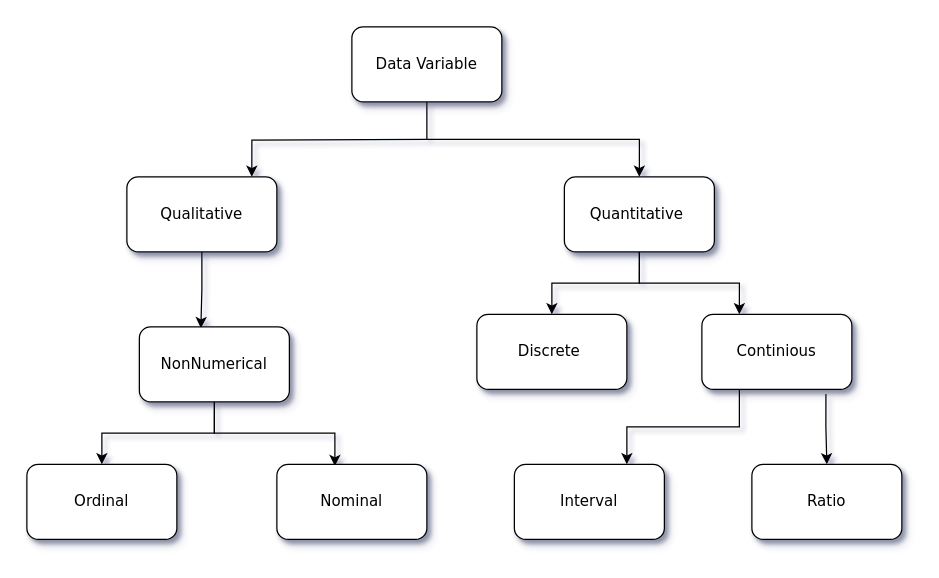
Before: Data Variable Diagram.drawio in HarshKapr/Hackathon, a draw.io diagram. Source tidied: cells renumbered, new cells numbered last; positions are measured from the earlier drawing's top-left corner, leaving out a move shared by most shapes. Both pictures are drawn from the tidied source at 125%, with x=0, y=0 at pixel (26, 26).
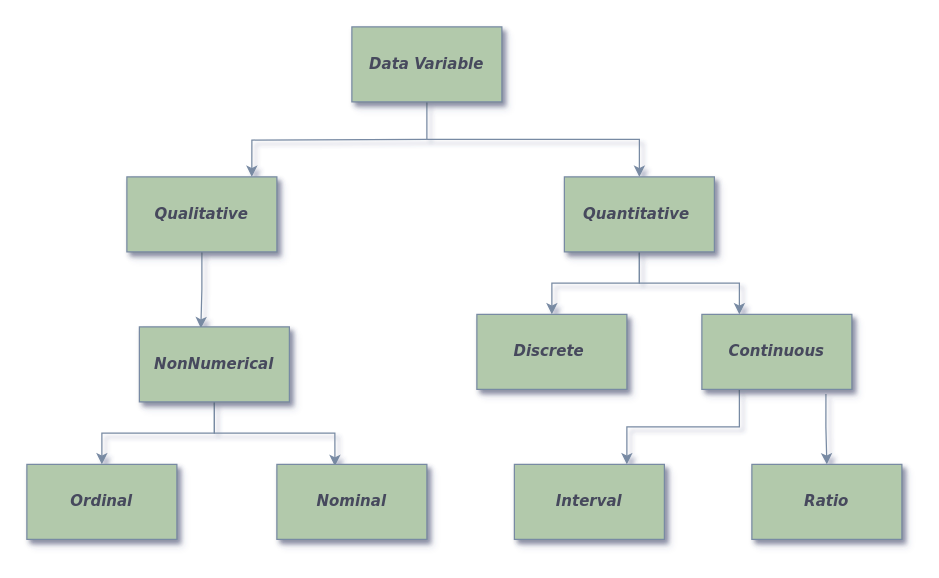
The same page after the edit.

The edit, as a diff of the source:
```diff
@@
-<mxGraphModel background="#ffffff" shadow="1">
+<mxGraphModel shadow="1">
@@
-    <mxCell id="2" style="edgeStyle=orthogonalEdgeStyle;rounded=0;jettySize=auto;html=1;entryX=0.833;entryY=0;entryDx=0;entryDy=0;entryPerimeter=0;" parent="1" edge="1" target="6">
+    <mxCell id="2" style="edgeStyle=orthogonalEdgeStyle;rounded=0;jettySize=auto;html=1;entryX=0.833;entryY=0;entryDx=0;entryDy=0;entryPerimeter=0;strokeColor=#788AA3;fontColor=#46495D;" parent="1" edge="1" target="6">
       <mxGeometry relative="1" as="geometry">
         <mxPoint x="320" y="90" as="sourcePoint" />
       </mxGeometry>
     </mxCell>
-    <mxCell id="3" style="edgeStyle=orthogonalEdgeStyle;rounded=0;jettySize=auto;html=1;exitX=0.5;exitY=1;exitDx=0;exitDy=0;" parent="1" edge="1" source="4" target="9">
+    <mxCell id="3" style="edgeStyle=orthogonalEdgeStyle;rounded=0;jettySize=auto;html=1;exitX=0.5;exitY=1;exitDx=0;exitDy=0;strokeColor=#788AA3;fontColor=#46495D;" parent="1" edge="1" source="4" target="9">
       <mxGeometry relative="1" as="geometry" />
     </mxCell>
-    <mxCell id="4" value="Data Variable" style="whiteSpace=wrap;html=1;rounded=1;shadow=1;labelBackgroundColor=none;strokeWidth=1;fontFamily=Verdana;fontSize=12;align=center;" parent="1" vertex="1">
+    <mxCell id="4" value="&lt;b&gt;&lt;i&gt;Data Variable&lt;/i&gt;&lt;/b&gt;" style="whiteSpace=wrap;html=1;rounded=0;shadow=1;labelBackgroundColor=none;strokeWidth=1;fontFamily=Verdana;fontSize=12;align=center;fillColor=#B2C9AB;strokeColor=#788AA3;fontColor=#46495D;" parent="1" vertex="1">
       <mxGeometry x="260" width="120" height="60" as="geometry" />
     </mxCell>
-    <mxCell id="5" style="edgeStyle=orthogonalEdgeStyle;rounded=0;jettySize=auto;html=1;entryX=0.41;entryY=0.017;entryDx=0;entryDy=0;entryPerimeter=0;" parent="1" edge="1" source="6" target="12">
+    <mxCell id="5" style="edgeStyle=orthogonalEdgeStyle;rounded=0;jettySize=auto;html=1;entryX=0.41;entryY=0.017;entryDx=0;entryDy=0;entryPerimeter=0;strokeColor=#788AA3;fontColor=#46495D;" parent="1" edge="1" source="6" target="12">
       <mxGeometry relative="1" as="geometry" />
     </mxCell>
-    <mxCell id="6" value="&lt;span&gt;Qualitative&lt;/span&gt;" style="whiteSpace=wrap;html=1;rounded=1;shadow=1;labelBackgroundColor=none;strokeWidth=1;fontFamily=Verdana;fontSize=12;align=center;" parent="1" vertex="1">
+    <mxCell id="6" value="&lt;span&gt;&lt;b&gt;&lt;i&gt;Qualitative&lt;/i&gt;&lt;/b&gt;&lt;/span&gt;" style="whiteSpace=wrap;html=1;rounded=0;shadow=1;labelBackgroundColor=none;strokeWidth=1;fontFamily=Verdana;fontSize=12;align=center;fillColor=#B2C9AB;strokeColor=#788AA3;fontColor=#46495D;" parent="1" vertex="1">
       <mxGeometry x="80" y="120" width="120" height="60" as="geometry" />
     </mxCell>
-    <mxCell id="7" style="edgeStyle=orthogonalEdgeStyle;rounded=0;jettySize=auto;html=1;" parent="1" edge="1" source="9" target="13">
+    <mxCell id="7" style="edgeStyle=orthogonalEdgeStyle;rounded=0;jettySize=auto;html=1;strokeColor=#788AA3;fontColor=#46495D;" parent="1" edge="1" source="9" target="13">
       <mxGeometry relative="1" as="geometry" />
     </mxCell>
-    <mxCell id="8" style="edgeStyle=orthogonalEdgeStyle;rounded=0;jettySize=auto;html=1;entryX=0.25;entryY=0;entryDx=0;entryDy=0;" parent="1" edge="1" source="9" target="16">
+    <mxCell id="8" style="edgeStyle=orthogonalEdgeStyle;rounded=0;jettySize=auto;html=1;entryX=0.25;entryY=0;entryDx=0;entryDy=0;strokeColor=#788AA3;fontColor=#46495D;" parent="1" edge="1" source="9" target="16">
       <mxGeometry relative="1" as="geometry" />
     </mxCell>
-    <mxCell id="9" value="&lt;span&gt;Quantitative&amp;nbsp;&lt;/span&gt;" style="whiteSpace=wrap;html=1;rounded=1;shadow=1;labelBackgroundColor=none;strokeWidth=1;fontFamily=Verdana;fontSize=12;align=center;" parent="1" vertex="1">
+    <mxCell id="9" value="&lt;span&gt;&lt;b&gt;&lt;i&gt;Quantitative&amp;nbsp;&lt;/i&gt;&lt;/b&gt;&lt;/span&gt;" style="whiteSpace=wrap;html=1;rounded=0;shadow=1;labelBackgroundColor=none;strokeWidth=1;fontFamily=Verdana;fontSize=12;align=center;fillColor=#B2C9AB;strokeColor=#788AA3;fontColor=#46495D;" parent="1" vertex="1">
       <mxGeometry x="430" y="120" width="120" height="60" as="geometry" />
     </mxCell>
-    <mxCell id="10" style="edgeStyle=orthogonalEdgeStyle;rounded=0;jettySize=auto;html=1;" parent="1" edge="1" source="12" target="19">
+    <mxCell id="10" style="edgeStyle=orthogonalEdgeStyle;rounded=0;jettySize=auto;html=1;strokeColor=#788AA3;fontColor=#46495D;" parent="1" edge="1" source="12" target="19">
       <mxGeometry relative="1" as="geometry" />
     </mxCell>
-    <mxCell id="11" style="edgeStyle=orthogonalEdgeStyle;rounded=0;jettySize=auto;html=1;entryX=0.387;entryY=0.023;entryDx=0;entryDy=0;entryPerimeter=0;" parent="1" edge="1" source="12" target="20">
+    <mxCell id="11" style="edgeStyle=orthogonalEdgeStyle;rounded=0;jettySize=auto;html=1;entryX=0.387;entryY=0.023;entryDx=0;entryDy=0;entryPerimeter=0;strokeColor=#788AA3;fontColor=#46495D;" parent="1" edge="1" source="12" target="20">
       <mxGeometry relative="1" as="geometry" />
     </mxCell>
-    <mxCell id="12" value="&lt;span&gt;NonNumerical&lt;/span&gt;" style="whiteSpace=wrap;html=1;rounded=1;shadow=1;labelBackgroundColor=none;strokeWidth=1;fontFamily=Verdana;fontSize=12;align=center;" parent="1" vertex="1">
+    <mxCell id="12" value="&lt;span&gt;&lt;b&gt;&lt;i&gt;NonNumerical&lt;/i&gt;&lt;/b&gt;&lt;/span&gt;" style="whiteSpace=wrap;html=1;rounded=0;shadow=1;labelBackgroundColor=none;strokeWidth=1;fontFamily=Verdana;fontSize=12;align=center;fillColor=#B2C9AB;strokeColor=#788AA3;fontColor=#46495D;" parent="1" vertex="1">
       <mxGeometry x="90" y="240" width="120" height="60" as="geometry" />
     </mxCell>
-    <mxCell id="13" value="&lt;span&gt;Discrete&amp;nbsp;&lt;/span&gt;" style="whiteSpace=wrap;html=1;rounded=1;shadow=1;labelBackgroundColor=none;strokeWidth=1;fontFamily=Verdana;fontSize=12;align=center;" parent="1" vertex="1">
+    <mxCell id="13" value="&lt;span&gt;&lt;b&gt;&lt;i&gt;Discrete&amp;nbsp;&lt;/i&gt;&lt;/b&gt;&lt;/span&gt;" style="whiteSpace=wrap;html=1;rounded=0;shadow=1;labelBackgroundColor=none;strokeWidth=1;fontFamily=Verdana;fontSize=12;align=center;fillColor=#B2C9AB;strokeColor=#788AA3;fontColor=#46495D;" parent="1" vertex="1">
       <mxGeometry x="360" y="230" width="120" height="60" as="geometry" />
     </mxCell>
-    <mxCell id="14" style="edgeStyle=orthogonalEdgeStyle;rounded=0;jettySize=auto;html=1;entryX=0.75;entryY=0;entryDx=0;entryDy=0;exitX=0.25;exitY=1;exitDx=0;exitDy=0;" parent="1" edge="1" source="16" target="18">
+    <mxCell id="14" style="edgeStyle=orthogonalEdgeStyle;rounded=0;jettySize=auto;html=1;entryX=0.75;entryY=0;entryDx=0;entryDy=0;exitX=0.25;exitY=1;exitDx=0;exitDy=0;strokeColor=#788AA3;fontColor=#46495D;" parent="1" edge="1" source="16" target="18">
       <mxGeometry relative="1" as="geometry" />
     </mxCell>
-    <mxCell id="15" style="edgeStyle=orthogonalEdgeStyle;rounded=0;jettySize=auto;html=1;exitX=0.827;exitY=1.063;exitDx=0;exitDy=0;exitPerimeter=0;" parent="1" edge="1" source="16" target="17">
+    <mxCell id="15" style="edgeStyle=orthogonalEdgeStyle;rounded=0;jettySize=auto;html=1;exitX=0.827;exitY=1.063;exitDx=0;exitDy=0;exitPerimeter=0;strokeColor=#788AA3;fontColor=#46495D;" parent="1" edge="1" source="16" target="17">
       <mxGeometry relative="1" as="geometry" />
     </mxCell>
-    <mxCell id="16" value="&lt;span&gt;Continious&lt;/span&gt;" style="whiteSpace=wrap;html=1;rounded=1;shadow=1;labelBackgroundColor=none;strokeWidth=1;fontFamily=Verdana;fontSize=12;align=center;" parent="1" vertex="1">
+    <mxCell id="16" value="&lt;b&gt;&lt;i&gt;Continuous&lt;/i&gt;&lt;/b&gt;" style="whiteSpace=wrap;html=1;rounded=0;shadow=1;labelBackgroundColor=none;strokeWidth=1;fontFamily=Verdana;fontSize=12;align=center;fillColor=#B2C9AB;strokeColor=#788AA3;fontColor=#46495D;" parent="1" vertex="1">
       <mxGeometry x="540" y="230" width="120" height="60" as="geometry" />
     </mxCell>
-    <mxCell id="17" value="&lt;span&gt;Ratio&lt;/span&gt;" style="whiteSpace=wrap;html=1;rounded=1;shadow=1;labelBackgroundColor=none;strokeWidth=1;fontFamily=Verdana;fontSize=12;align=center;" parent="1" vertex="1">
+    <mxCell id="17" value="&lt;span&gt;&lt;b&gt;&lt;i&gt;Ratio&lt;/i&gt;&lt;/b&gt;&lt;/span&gt;" style="whiteSpace=wrap;html=1;rounded=0;shadow=1;labelBackgroundColor=none;strokeWidth=1;fontFamily=Verdana;fontSize=12;align=center;fillColor=#B2C9AB;strokeColor=#788AA3;fontColor=#46495D;" parent="1" vertex="1">
       <mxGeometry x="580" y="350" width="120" height="60" as="geometry" />
     </mxCell>
-    <mxCell id="18" value="&lt;span&gt;Interval&lt;/span&gt;" style="whiteSpace=wrap;html=1;rounded=1;shadow=1;labelBackgroundColor=none;strokeWidth=1;fontFamily=Verdana;fontSize=12;align=center;" parent="1" vertex="1">
+    <mxCell id="18" value="&lt;span&gt;&lt;b&gt;&lt;i&gt;Interval&lt;/i&gt;&lt;/b&gt;&lt;/span&gt;" style="whiteSpace=wrap;html=1;rounded=0;shadow=1;labelBackgroundColor=none;strokeWidth=1;fontFamily=Verdana;fontSize=12;align=center;fillColor=#B2C9AB;strokeColor=#788AA3;fontColor=#46495D;" parent="1" vertex="1">
       <mxGeometry x="390" y="350" width="120" height="60" as="geometry" />
     </mxCell>
-    <mxCell id="19" value="&lt;span&gt;Ordinal&lt;/span&gt;" style="whiteSpace=wrap;html=1;rounded=1;shadow=1;labelBackgroundColor=none;strokeWidth=1;fontFamily=Verdana;fontSize=12;align=center;" parent="1" vertex="1">
+    <mxCell id="19" value="&lt;span&gt;&lt;b&gt;&lt;i&gt;Ordinal&lt;/i&gt;&lt;/b&gt;&lt;/span&gt;" style="whiteSpace=wrap;html=1;rounded=0;shadow=1;labelBackgroundColor=none;strokeWidth=1;fontFamily=Verdana;fontSize=12;align=center;fillColor=#B2C9AB;strokeColor=#788AA3;fontColor=#46495D;" parent="1" vertex="1">
       <mxGeometry y="350" width="120" height="60" as="geometry" />
     </mxCell>
-    <mxCell id="20" value="&lt;span&gt;Nominal&lt;/span&gt;" style="whiteSpace=wrap;html=1;rounded=1;shadow=1;labelBackgroundColor=none;strokeWidth=1;fontFamily=Verdana;fontSize=12;align=center;" parent="1" vertex="1">
+    <mxCell id="20" value="&lt;span&gt;&lt;b&gt;&lt;i&gt;Nominal&lt;/i&gt;&lt;/b&gt;&lt;/span&gt;" style="whiteSpace=wrap;html=1;rounded=0;shadow=1;labelBackgroundColor=none;strokeWidth=1;fontFamily=Verdana;fontSize=12;align=center;fillColor=#B2C9AB;strokeColor=#788AA3;fontColor=#46495D;" parent="1" vertex="1">
       <mxGeometry x="200" y="350" width="120" height="60" as="geometry" />
     </mxCell>
```
